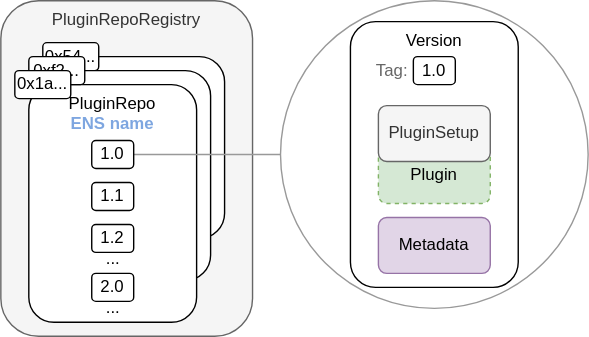
Before: packages/contracts/docs/core/01-how-it-works/02-framework/02-plugin-management/01-plugin-repo/plugin-repo-overview.drawio.svg, a diagram exported from draw.io (aragon/osx). Source tidied: cells renumbered, new cells last; positions are measured from the earlier drawing's top-left corner, leaving out a move shared by most shapes. The source it was exported from:
```xml
<mxGraphModel>
  <root>
    <mxCell id="0" />
    <mxCell id="1" parent="0" />
    <mxCell id="2" style="ellipse;whiteSpace=wrap;html=1;labelBorderColor=default;fontColor=#7EA6E0;strokeColor=#999999;" parent="1" vertex="1">
      <mxGeometry x="200" width="220" height="220" as="geometry" />
    </mxCell>
    <mxCell id="3" value="Version" style="rounded=1;whiteSpace=wrap;html=1;verticalAlign=top;strokeColor=#000000;align=center;" parent="1" vertex="1">
      <mxGeometry x="250" y="15" width="120" height="190" as="geometry" />
    </mxCell>
    <mxCell id="4" value="PluginRepoRegistry" style="rounded=1;whiteSpace=wrap;html=1;fillColor=#f5f5f5;strokeColor=#666666;fontColor=#333333;verticalAlign=top;" parent="1" vertex="1">
      <mxGeometry width="180" height="240" as="geometry" />
    </mxCell>
    <mxCell id="5" style="rounded=1;whiteSpace=wrap;html=1;" parent="1" vertex="1">
      <mxGeometry x="40" y="40" width="120" height="130" as="geometry" />
    </mxCell>
    <mxCell id="6" value="0x54..." style="rounded=1;whiteSpace=wrap;html=1;verticalAlign=middle;strokeColor=#000000;" parent="1" vertex="1">
      <mxGeometry x="30" y="30" width="40" height="20" as="geometry" />
    </mxCell>
    <mxCell id="7" style="rounded=1;whiteSpace=wrap;html=1;" parent="1" vertex="1">
      <mxGeometry x="30" y="50" width="120" height="150" as="geometry" />
    </mxCell>
    <mxCell id="8" value="PluginRepo&lt;br&gt;&lt;font color=&quot;#7ea6e0&quot;&gt;&lt;b&gt;ENS name&lt;/b&gt;&lt;/font&gt;" style="rounded=1;whiteSpace=wrap;html=1;verticalAlign=top;strokeColor=#000000;align=center;" parent="1" vertex="1">
      <mxGeometry x="20" y="60" width="120" height="170" as="geometry" />
    </mxCell>
    <mxCell id="9" style="rounded=0;jettySize=auto;html=1;exitX=1;exitY=0.5;exitDx=0;exitDy=0;fontColor=#7EA6E0;startArrow=none;startFill=0;endArrow=none;endFill=0;strokeColor=#999999;" parent="1" edge="1" source="14" target="2">
      <mxGeometry relative="1" as="geometry" />
    </mxCell>
    <mxCell id="10" value="1.1" style="rounded=1;whiteSpace=wrap;html=1;verticalAlign=middle;strokeColor=#000000;" parent="1" vertex="1">
      <mxGeometry x="65" y="130" width="30" height="20" as="geometry" />
    </mxCell>
    <mxCell id="11" value="1.2" style="rounded=1;whiteSpace=wrap;html=1;verticalAlign=middle;strokeColor=#000000;" parent="1" vertex="1">
      <mxGeometry x="65" y="160" width="30" height="20" as="geometry" />
    </mxCell>
    <mxCell id="12" value="2.0" style="rounded=1;whiteSpace=wrap;html=1;verticalAlign=middle;strokeColor=#000000;" parent="1" vertex="1">
      <mxGeometry x="65" y="195" width="30" height="20" as="geometry" />
    </mxCell>
    <mxCell id="13" value="..." style="text;html=1;align=center;verticalAlign=middle;strokeColor=none;fillColor=none;" parent="1" vertex="1">
      <mxGeometry x="65" y="205" width="30" height="30" as="geometry" />
    </mxCell>
    <mxCell id="14" value="1.0" style="rounded=1;whiteSpace=wrap;html=1;verticalAlign=middle;strokeColor=#000000;" parent="1" vertex="1">
      <mxGeometry x="65" y="100" width="30" height="20" as="geometry" />
    </mxCell>
    <mxCell id="15" value="0xf2..." style="rounded=1;whiteSpace=wrap;html=1;verticalAlign=middle;strokeColor=#000000;" parent="1" vertex="1">
      <mxGeometry x="20" y="40" width="40" height="20" as="geometry" />
    </mxCell>
    <mxCell id="16" value="0x1a..." style="rounded=1;whiteSpace=wrap;html=1;verticalAlign=middle;strokeColor=#000000;" parent="1" vertex="1">
      <mxGeometry x="10" y="50" width="40" height="20" as="geometry" />
    </mxCell>
    <mxCell id="17" value="Plugin" style="rounded=1;whiteSpace=wrap;html=1;fillColor=#d5e8d4;strokeColor=#82b366;glass=0;sketch=0;shadow=0;dashed=1;" parent="1" vertex="1">
      <mxGeometry x="270" y="105" width="80" height="40" as="geometry" />
    </mxCell>
    <mxCell id="18" value="PluginSetup" style="rounded=1;whiteSpace=wrap;html=1;fillColor=#f5f5f5;strokeColor=#666666;fontColor=#333333;" parent="1" vertex="1">
      <mxGeometry x="270" y="75" width="80" height="40" as="geometry" />
    </mxCell>
    <mxCell id="19" value="1.0" style="rounded=1;whiteSpace=wrap;html=1;verticalAlign=middle;" parent="1" vertex="1">
      <mxGeometry x="295" y="40" width="30" height="20" as="geometry" />
    </mxCell>
    <mxCell id="20" value="Metadata" style="rounded=1;whiteSpace=wrap;html=1;fillColor=#e1d5e7;strokeColor=#9673a6;" parent="1" vertex="1">
      <mxGeometry x="270" y="155" width="80" height="40" as="geometry" />
    </mxCell>
    <mxCell id="21" value="..." style="text;html=1;align=center;verticalAlign=middle;strokeColor=none;fillColor=none;" parent="1" vertex="1">
      <mxGeometry x="65" y="170" width="30" height="30" as="geometry" />
    </mxCell>
    <mxCell id="22" value="Tag:" style="rounded=1;whiteSpace=wrap;html=1;verticalAlign=middle;fillColor=none;strokeColor=none;fontColor=#666666;" parent="1" vertex="1">
      <mxGeometry x="265" y="40" width="30" height="20" as="geometry" />
    </mxCell>
  </root>
</mxGraphModel>
```
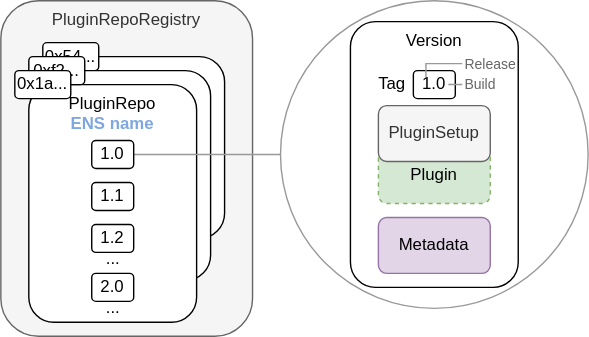
Above is the later version.

Change to the diagram source:
```diff
@@ -5,9 +5,6 @@
     <mxCell id="2" style="ellipse;whiteSpace=wrap;html=1;labelBorderColor=default;fontColor=#7EA6E0;strokeColor=#999999;" parent="1" vertex="1">
       <mxGeometry x="200" width="220" height="220" as="geometry" />
     </mxCell>
-    <mxCell id="3" value="Version" style="rounded=1;whiteSpace=wrap;html=1;verticalAlign=top;strokeColor=#000000;align=center;" parent="1" vertex="1">
-      <mxGeometry x="250" y="15" width="120" height="190" as="geometry" />
-    </mxCell>
     <mxCell id="4" value="PluginRepoRegistry" style="rounded=1;whiteSpace=wrap;html=1;fillColor=#f5f5f5;strokeColor=#666666;fontColor=#333333;verticalAlign=top;" parent="1" vertex="1">
       <mxGeometry width="180" height="240" as="geometry" />
     </mxCell>
@@ -47,23 +44,48 @@
     <mxCell id="16" value="0x1a..." style="rounded=1;whiteSpace=wrap;html=1;verticalAlign=middle;strokeColor=#000000;" parent="1" vertex="1">
       <mxGeometry x="10" y="50" width="40" height="20" as="geometry" />
     </mxCell>
+    <mxCell id="21" value="..." style="text;html=1;align=center;verticalAlign=middle;strokeColor=none;fillColor=none;" parent="1" vertex="1">
+      <mxGeometry x="65" y="170" width="30" height="30" as="geometry" />
+    </mxCell>
+    <mxCell id="23" style="group;" parent="1" vertex="1">
+      <mxGeometry x="250" y="15" width="120" height="190" as="geometry" />
+    </mxCell>
+    <mxCell id="3" value="Version" style="rounded=1;whiteSpace=wrap;html=1;verticalAlign=top;strokeColor=#000000;align=center;" parent="23" vertex="1">
+      <mxGeometry width="120" height="190" as="geometry" />
+    </mxCell>
-    <mxCell id="17" value="Plugin" style="rounded=1;whiteSpace=wrap;html=1;fillColor=#d5e8d4;strokeColor=#82b366;glass=0;sketch=0;shadow=0;dashed=1;" parent="1" vertex="1">
-      <mxGeometry x="270" y="105" width="80" height="40" as="geometry" />
+    <mxCell id="17" value="Plugin" style="rounded=1;whiteSpace=wrap;html=1;fillColor=#d5e8d4;strokeColor=#82b366;glass=0;sketch=0;shadow=0;dashed=1;" parent="23" vertex="1">
+      <mxGeometry x="20" y="90" width="80" height="40" as="geometry" />
     </mxCell>
-    <mxCell id="18" value="PluginSetup" style="rounded=1;whiteSpace=wrap;html=1;fillColor=#f5f5f5;strokeColor=#666666;fontColor=#333333;" parent="1" vertex="1">
-      <mxGeometry x="270" y="75" width="80" height="40" as="geometry" />
+    <mxCell id="18" value="PluginSetup" style="rounded=1;whiteSpace=wrap;html=1;fillColor=#f5f5f5;strokeColor=#666666;fontColor=#333333;" parent="23" vertex="1">
+      <mxGeometry x="20" y="60" width="80" height="40" as="geometry" />
     </mxCell>
-    <mxCell id="19" value="1.0" style="rounded=1;whiteSpace=wrap;html=1;verticalAlign=middle;" parent="1" vertex="1">
-      <mxGeometry x="295" y="40" width="30" height="20" as="geometry" />
+    <mxCell id="19" value="1.0" style="rounded=1;whiteSpace=wrap;html=1;verticalAlign=middle;" parent="23" vertex="1">
+      <mxGeometry x="45" y="35" width="30" height="20" as="geometry" />
     </mxCell>
-    <mxCell id="20" value="Metadata" style="rounded=1;whiteSpace=wrap;html=1;fillColor=#e1d5e7;strokeColor=#9673a6;" parent="1" vertex="1">
-      <mxGeometry x="270" y="155" width="80" height="40" as="geometry" />
+    <mxCell id="20" value="Metadata" style="rounded=1;whiteSpace=wrap;html=1;fillColor=#e1d5e7;strokeColor=#9673a6;" parent="23" vertex="1">
+      <mxGeometry x="20" y="140" width="80" height="40" as="geometry" />
     </mxCell>
-    <mxCell id="21" value="..." style="text;html=1;align=center;verticalAlign=middle;strokeColor=none;fillColor=none;" parent="1" vertex="1">
-      <mxGeometry x="65" y="170" width="30" height="30" as="geometry" />
-    </mxCell>
-    <mxCell id="22" value="Tag:" style="rounded=1;whiteSpace=wrap;html=1;verticalAlign=middle;fillColor=none;strokeColor=none;fontColor=#666666;" parent="1" vertex="1">
-      <mxGeometry x="265" y="40" width="30" height="20" as="geometry" />
-    </mxCell>
+    <mxCell id="24" value="&lt;font color=&quot;#000000&quot;&gt;Tag&lt;/font&gt;" style="rounded=1;whiteSpace=wrap;html=1;verticalAlign=middle;fillColor=none;strokeColor=none;fontColor=#666666;" parent="23" vertex="1">
+      <mxGeometry x="15" y="35" width="30" height="20" as="geometry" />
+    </mxCell>
+    <mxCell id="25" value="&lt;font style=&quot;font-size: 10px;&quot;&gt;Build&lt;/font&gt;" style="rounded=1;whiteSpace=wrap;html=1;verticalAlign=middle;fillColor=none;strokeColor=none;fontColor=#666666;align=left;" parent="23" vertex="1">
+      <mxGeometry x="80" y="40" width="40" height="10" as="geometry" />
+    </mxCell>
+    <mxCell id="26" value="&lt;font style=&quot;font-size: 10px;&quot;&gt;Release&lt;/font&gt;" style="rounded=1;whiteSpace=wrap;html=1;verticalAlign=middle;fillColor=none;strokeColor=none;fontColor=#666666;align=left;" parent="23" vertex="1">
+      <mxGeometry x="80" y="25" width="40" height="10" as="geometry" />
+    </mxCell>
+    <mxCell id="27" style="rounded=0;jettySize=auto;html=1;exitX=1;exitY=0.5;exitDx=0;exitDy=0;fontColor=#7EA6E0;startArrow=none;startFill=0;endArrow=none;endFill=0;strokeColor=#999999;entryX=0;entryY=0.5;entryDx=0;entryDy=0;edgeStyle=orthogonalEdgeStyle;" parent="23" edge="1" target="25">
+      <mxGeometry relative="1" as="geometry">
+        <mxPoint x="70" y="44.9" as="sourcePoint" />
+      </mxGeometry>
+    </mxCell>
+    <mxCell id="28" style="rounded=0;jettySize=auto;html=1;exitX=1;exitY=0.5;exitDx=0;exitDy=0;fontColor=#7EA6E0;startArrow=none;startFill=0;endArrow=none;endFill=0;strokeColor=#999999;entryX=0;entryY=0.5;entryDx=0;entryDy=0;edgeStyle=orthogonalEdgeStyle;" parent="23" edge="1" target="26">
+      <mxGeometry relative="1" as="geometry">
+        <mxPoint x="54" y="40" as="sourcePoint" />
+        <Array as="points">
+          <mxPoint x="54" y="30" />
+        </Array>
+      </mxGeometry>
+    </mxCell>
   </root>
 </mxGraphModel>
```
